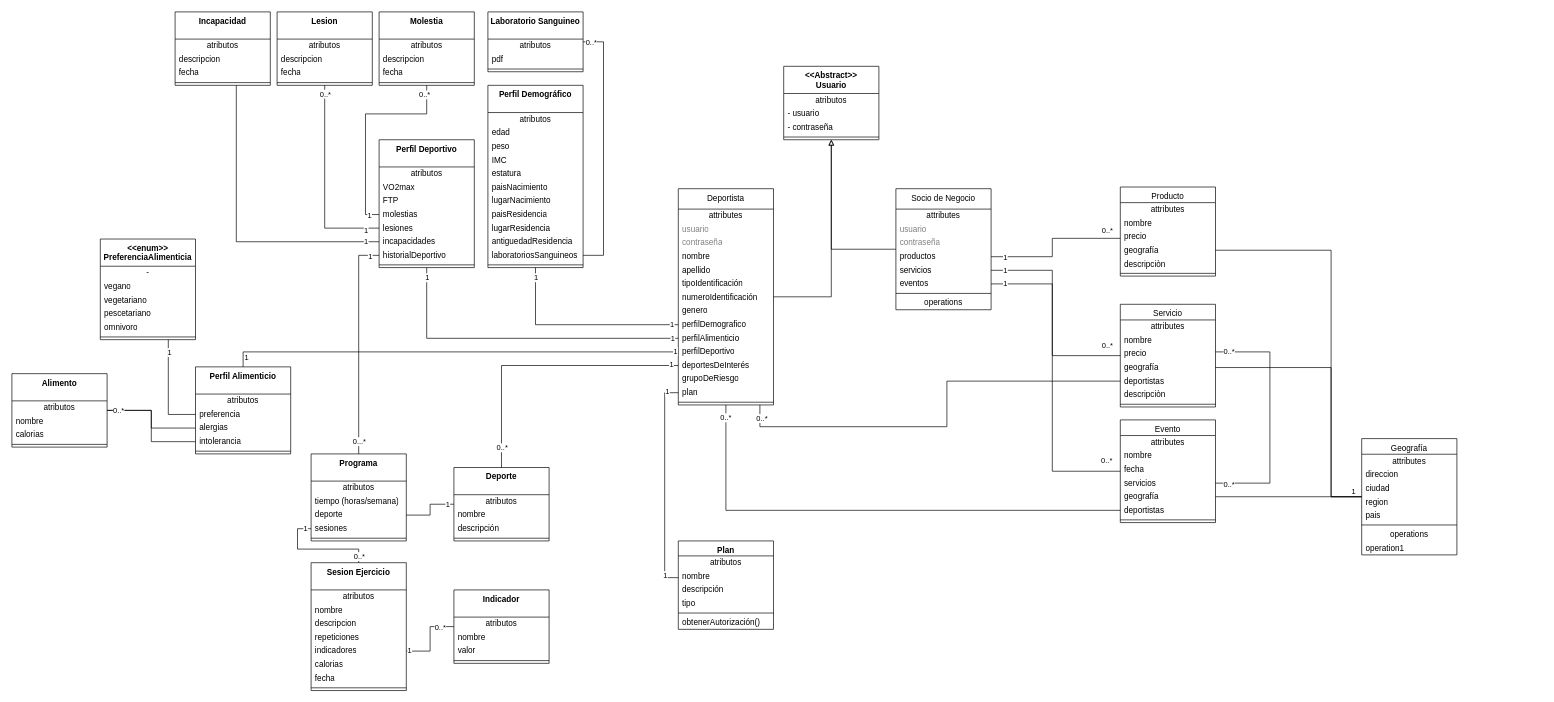
Above: diagramas/SportAppDominio.drawio in AfLosada/ArquitecturasAgiles-G13 (draw.io), before the change. Source tidied: cells renumbered, new cells numbered last; positions are measured from the earlier drawing's top-left corner, leaving out a move shared by most shapes. Both pictures are drawn from the tidied source at 68%, with x=0, y=0 at pixel (12, 12).
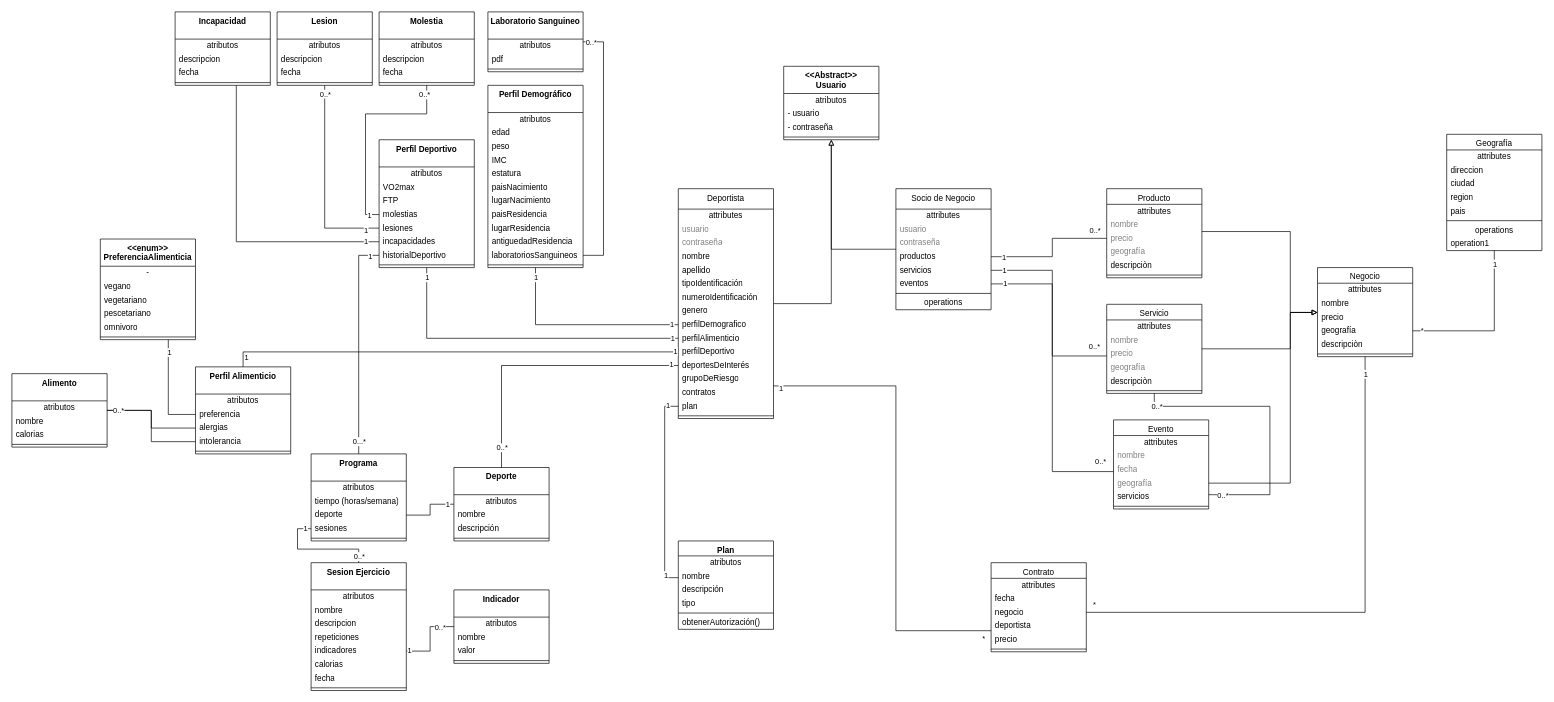
The same diagram, later.

The change refers to these unchanged cells:
```xml
<mxCell id="188" value="&lt;b&gt;Plan&lt;/b&gt;" style="swimlane;fontStyle=0;align=center;verticalAlign=top;horizontal=1;startSize=22;html=1;whiteSpace=wrap;" parent="1" vertex="1">
  <mxGeometry x="980" y="778" width="140" height="130" as="geometry" />
</mxCell>
```

Diff of the diagram source:
```diff
@@
     <mxCell id="8" value="Deportista" style="swimlane;fontStyle=0;align=center;verticalAlign=top;horizontal=1;startSize=30;html=1;whiteSpace=wrap;" parent="1" vertex="1">
-      <mxGeometry x="980" y="260" width="140" height="318" as="geometry" />
+      <mxGeometry x="980" y="260" width="140" height="338" as="geometry" />
     </mxCell>
@@
+    <mxCell id="218" value="contratos" style="text;html=1;strokeColor=none;fillColor=none;align=left;verticalAlign=middle;spacingLeft=4;spacingRight=4;overflow=hidden;points=[[0,0.5],[1,0.5]];portConstraint=eastwest;whiteSpace=wrap;" parent="8" vertex="1">
+      <mxGeometry y="290" width="140" height="20" as="geometry" />
+    </mxCell>
     <mxCell id="22" value="plan" style="text;html=1;strokeColor=none;fillColor=none;align=left;verticalAlign=middle;spacingLeft=4;spacingRight=4;overflow=hidden;points=[[0,0.5],[1,0.5]];portConstraint=eastwest;whiteSpace=wrap;" parent="8" vertex="1">
-      <mxGeometry y="290" width="140" height="20" as="geometry" />
+      <mxGeometry y="310" width="140" height="20" as="geometry" />
     </mxCell>
     <mxCell id="23" style="line;strokeWidth=1;fillColor=none;align=left;verticalAlign=middle;spacingTop=-1;spacingLeft=3;spacingRight=3;labelPosition=right;" parent="8" vertex="1">
-      <mxGeometry y="310" width="140" height="8" as="geometry" />
+      <mxGeometry y="330" width="140" height="8" as="geometry" />
     </mxCell>
@@
+    <mxCell id="219" style="edgeStyle=orthogonalEdgeStyle;rounded=0;jettySize=auto;html=1;endArrow=block;endFill=0;" parent="1" edge="1" source="37" target="231">
+      <mxGeometry relative="1" as="geometry">
+        <Array as="points">
+          <mxPoint x="1880" y="323" />
+          <mxPoint x="1880" y="442" />
+        </Array>
+      </mxGeometry>
+    </mxCell>
     <mxCell id="37" value="Producto" style="swimlane;fontStyle=0;align=center;verticalAlign=top;horizontal=1;startSize=23;html=1;whiteSpace=wrap;" parent="1" vertex="1">
-      <mxGeometry x="1630" y="257.5" width="140" height="131" as="geometry" />
+      <mxGeometry x="1610" y="260" width="140" height="131" as="geometry" />
     </mxCell>
@@
-    <mxCell id="39" value="nombre" style="text;html=1;strokeColor=none;fillColor=none;align=left;verticalAlign=middle;spacingLeft=4;spacingRight=4;overflow=hidden;whiteSpace=wrap;" parent="37" vertex="1">
+    <mxCell id="39" value="nombre" style="text;html=1;strokeColor=none;fillColor=none;align=left;verticalAlign=middle;spacingLeft=4;spacingRight=4;overflow=hidden;whiteSpace=wrap;fontColor=#808080;" parent="37" vertex="1">
       <mxGeometry y="43" width="140" height="20" as="geometry" />
     </mxCell>
-    <mxCell id="40" value="precio" style="text;html=1;strokeColor=none;fillColor=none;align=left;verticalAlign=middle;spacingLeft=4;spacingRight=4;overflow=hidden;whiteSpace=wrap;" parent="37" vertex="1">
+    <mxCell id="40" value="precio" style="text;html=1;strokeColor=none;fillColor=none;align=left;verticalAlign=middle;spacingLeft=4;spacingRight=4;overflow=hidden;whiteSpace=wrap;fontColor=#808080;" parent="37" vertex="1">
       <mxGeometry y="63" width="140" height="20" as="geometry" />
     </mxCell>
-    <mxCell id="41" value="geografía" style="text;html=1;strokeColor=none;fillColor=none;align=left;verticalAlign=middle;spacingLeft=4;spacingRight=4;overflow=hidden;points=[[0,0.5],[1,0.5]];portConstraint=eastwest;whiteSpace=wrap;" parent="37" vertex="1">
-      <mxGeometry y="83" width="140" height="20" as="geometry" />
-    </mxCell>
+    <mxCell id="220" value="geografía" style="text;html=1;strokeColor=none;fillColor=none;align=left;verticalAlign=middle;spacingLeft=4;spacingRight=4;overflow=hidden;whiteSpace=wrap;fontColor=#808080;" parent="37" vertex="1">
+      <mxGeometry y="83" width="140" height="20" as="geometry" />
+    </mxCell>
@@
+    <mxCell id="221" style="edgeStyle=orthogonalEdgeStyle;rounded=0;jettySize=auto;html=1;endArrow=block;endFill=0;" parent="1" edge="1" source="47" target="231">
+      <mxGeometry relative="1" as="geometry">
+        <Array as="points">
+          <mxPoint x="1880" y="496" />
+          <mxPoint x="1880" y="442" />
+        </Array>
+      </mxGeometry>
+    </mxCell>
     <mxCell id="47" value="Servicio" style="swimlane;fontStyle=0;align=center;verticalAlign=top;horizontal=1;startSize=23;html=1;whiteSpace=wrap;" parent="1" vertex="1">
-      <mxGeometry x="1630" y="430" width="140" height="151" as="geometry" />
+      <mxGeometry x="1610" y="430" width="140" height="131" as="geometry" />
     </mxCell>
@@
-    <mxCell id="49" value="nombre" style="text;html=1;strokeColor=none;fillColor=none;align=left;verticalAlign=middle;spacingLeft=4;spacingRight=4;overflow=hidden;whiteSpace=wrap;" parent="47" vertex="1">
+    <mxCell id="49" value="nombre" style="text;html=1;strokeColor=none;fillColor=none;align=left;verticalAlign=middle;spacingLeft=4;spacingRight=4;overflow=hidden;whiteSpace=wrap;fontColor=#808080;" parent="47" vertex="1">
       <mxGeometry y="43" width="140" height="20" as="geometry" />
     </mxCell>
-    <mxCell id="50" value="precio" style="text;html=1;strokeColor=none;fillColor=none;align=left;verticalAlign=middle;spacingLeft=4;spacingRight=4;overflow=hidden;whiteSpace=wrap;" parent="47" vertex="1">
+    <mxCell id="50" value="precio" style="text;html=1;strokeColor=none;fillColor=none;align=left;verticalAlign=middle;spacingLeft=4;spacingRight=4;overflow=hidden;whiteSpace=wrap;fontColor=#808080;" parent="47" vertex="1">
       <mxGeometry y="63" width="140" height="20" as="geometry" />
     </mxCell>
-    <mxCell id="51" value="geografía" style="text;html=1;strokeColor=none;fillColor=none;align=left;verticalAlign=middle;spacingLeft=4;spacingRight=4;overflow=hidden;points=[[0,0.5],[1,0.5]];portConstraint=eastwest;whiteSpace=wrap;" parent="47" vertex="1">
-      <mxGeometry y="83" width="140" height="20" as="geometry" />
-    </mxCell>
-    <mxCell id="52" value="deportistas" style="text;html=1;strokeColor=none;fillColor=none;align=left;verticalAlign=middle;spacingLeft=4;spacingRight=4;overflow=hidden;points=[[0,0.5],[1,0.5]];portConstraint=eastwest;whiteSpace=wrap;" parent="47" vertex="1">
-      <mxGeometry y="103" width="140" height="20" as="geometry" />
-    </mxCell>
+    <mxCell id="222" value="geografía" style="text;html=1;strokeColor=none;fillColor=none;align=left;verticalAlign=middle;spacingLeft=4;spacingRight=4;overflow=hidden;whiteSpace=wrap;fontColor=#808080;" parent="47" vertex="1">
+      <mxGeometry y="83" width="140" height="20" as="geometry" />
+    </mxCell>
     <mxCell id="53" value="descripciòn" style="text;html=1;strokeColor=none;fillColor=none;align=left;verticalAlign=middle;spacingLeft=4;spacingRight=4;overflow=hidden;whiteSpace=wrap;" parent="47" vertex="1">
-      <mxGeometry y="123" width="140" height="20" as="geometry" />
+      <mxGeometry y="103" width="140" height="20" as="geometry" />
     </mxCell>
     <mxCell id="54" style="line;strokeWidth=1;fillColor=none;align=left;verticalAlign=middle;spacingTop=-1;spacingLeft=3;spacingRight=3;labelPosition=right;" parent="47" vertex="1">
-      <mxGeometry y="143" width="140" height="8" as="geometry" />
+      <mxGeometry y="123" width="140" height="8" as="geometry" />
     </mxCell>
@@
+    <mxCell id="223" style="edgeStyle=orthogonalEdgeStyle;rounded=0;jettySize=auto;html=1;endArrow=block;endFill=0;" parent="1" edge="1" source="63" target="231">
+      <mxGeometry relative="1" as="geometry">
+        <Array as="points">
+          <mxPoint x="1880" y="693" />
+          <mxPoint x="1880" y="442" />
+        </Array>
+      </mxGeometry>
+    </mxCell>
     <mxCell id="58" value="Evento" style="swimlane;fontStyle=0;align=center;verticalAlign=top;horizontal=1;startSize=23;html=1;whiteSpace=wrap;" parent="1" vertex="1">
-      <mxGeometry x="1630" y="600" width="140" height="151" as="geometry" />
+      <mxGeometry x="1620" y="600" width="140" height="131" as="geometry" />
     </mxCell>
@@
-    <mxCell id="60" value="nombre" style="text;html=1;strokeColor=none;fillColor=none;align=left;verticalAlign=middle;spacingLeft=4;spacingRight=4;overflow=hidden;whiteSpace=wrap;" parent="58" vertex="1">
+    <mxCell id="60" value="nombre" style="text;html=1;strokeColor=none;fillColor=none;align=left;verticalAlign=middle;spacingLeft=4;spacingRight=4;overflow=hidden;whiteSpace=wrap;fontColor=#808080;" parent="58" vertex="1">
       <mxGeometry y="43" width="140" height="20" as="geometry" />
     </mxCell>
-    <mxCell id="61" value="fecha" style="text;html=1;strokeColor=none;fillColor=none;align=left;verticalAlign=middle;spacingLeft=4;spacingRight=4;overflow=hidden;whiteSpace=wrap;" parent="58" vertex="1">
+    <mxCell id="61" value="fecha" style="text;html=1;strokeColor=none;fillColor=none;align=left;verticalAlign=middle;spacingLeft=4;spacingRight=4;overflow=hidden;whiteSpace=wrap;fontColor=#808080;" parent="58" vertex="1">
       <mxGeometry y="63" width="140" height="20" as="geometry" />
     </mxCell>
+    <mxCell id="63" value="geografía" style="text;html=1;strokeColor=none;fillColor=none;align=left;verticalAlign=middle;spacingLeft=4;spacingRight=4;overflow=hidden;points=[[0,0.5],[1,0.5]];portConstraint=eastwest;whiteSpace=wrap;fontColor=#808080;" parent="58" vertex="1">
+      <mxGeometry y="83" width="140" height="20" as="geometry" />
+    </mxCell>
     <mxCell id="62" value="servicios" style="text;html=1;strokeColor=none;fillColor=none;align=left;verticalAlign=middle;spacingLeft=4;spacingRight=4;overflow=hidden;points=[[0,0.5],[1,0.5]];portConstraint=eastwest;whiteSpace=wrap;" parent="58" vertex="1">
-      <mxGeometry y="83" width="140" height="20" as="geometry" />
+      <mxGeometry y="103" width="140" height="20" as="geometry" />
     </mxCell>
-    <mxCell id="63" value="geografía" style="text;html=1;strokeColor=none;fillColor=none;align=left;verticalAlign=middle;spacingLeft=4;spacingRight=4;overflow=hidden;points=[[0,0.5],[1,0.5]];portConstraint=eastwest;whiteSpace=wrap;" parent="58" vertex="1">
-      <mxGeometry y="103" width="140" height="20" as="geometry" />
-    </mxCell>
-    <mxCell id="64" value="deportistas" style="text;html=1;strokeColor=none;fillColor=none;align=left;verticalAlign=middle;spacingLeft=4;spacingRight=4;overflow=hidden;points=[[0,0.5],[1,0.5]];portConstraint=eastwest;whiteSpace=wrap;" parent="58" vertex="1">
-      <mxGeometry y="123" width="140" height="20" as="geometry" />
-    </mxCell>
     <mxCell id="65" style="line;strokeWidth=1;fillColor=none;align=left;verticalAlign=middle;spacingTop=-1;spacingLeft=3;spacingRight=3;labelPosition=right;" parent="58" vertex="1">
-      <mxGeometry y="143" width="140" height="8" as="geometry" />
+      <mxGeometry y="123" width="140" height="8" as="geometry" />
     </mxCell>
     <mxCell id="66" style="edgeStyle=orthogonalEdgeStyle;rounded=0;jettySize=auto;html=1;endArrow=none;endFill=0;" parent="1" edge="1" source="62" target="47">
       <mxGeometry relative="1" as="geometry">
         <Array as="points">
-          <mxPoint x="1850" y="693" />
-          <mxPoint x="1850" y="500" />
+          <mxPoint x="1850" y="710" />
+          <mxPoint x="1850" y="580" />
+          <mxPoint x="1680" y="580" />
         </Array>
       </mxGeometry>
     </mxCell>
@@
-    <mxCell id="69" style="edgeStyle=orthogonalEdgeStyle;rounded=0;jettySize=auto;html=1;endArrow=none;endFill=0;" parent="1" edge="1" source="64" target="8">
-      <mxGeometry relative="1" as="geometry" />
-    </mxCell>
-    <mxCell id="70" value="0..*" style="edgeLabel;html=1;align=center;verticalAlign=middle;" parent="69" vertex="1">
-      <mxGeometry x="0.95" y="1" relative="1" as="geometry" />
-    </mxCell>
@@
     <mxCell id="127" value="Geografía" style="swimlane;fontStyle=0;align=center;verticalAlign=top;horizontal=1;startSize=23;html=1;whiteSpace=wrap;" parent="1" vertex="1">
-      <mxGeometry x="1985" y="627.5" width="140" height="171" as="geometry" />
+      <mxGeometry x="2110" y="180" width="140" height="171" as="geometry" />
     </mxCell>
@@
-    <mxCell id="136" style="edgeStyle=orthogonalEdgeStyle;rounded=0;jettySize=auto;html=1;endArrow=none;endFill=0;" parent="1" edge="1" source="63" target="127">
-      <mxGeometry relative="1" as="geometry" />
-    </mxCell>
-    <mxCell id="137" value="1" style="edgeLabel;html=1;align=center;verticalAlign=middle;" parent="136" vertex="1">
-      <mxGeometry x="0.83" relative="1" as="geometry">
-        <mxPoint x="5" y="-9" as="offset" />
-      </mxGeometry>
-    </mxCell>
-    <mxCell id="138" style="edgeStyle=orthogonalEdgeStyle;rounded=0;jettySize=auto;html=1;endArrow=none;endFill=0;" parent="1" edge="1" source="51" target="127">
-      <mxGeometry relative="1" as="geometry">
-        <Array as="points">
-          <mxPoint x="1940" y="523" />
-          <mxPoint x="1940" y="713" />
-        </Array>
-      </mxGeometry>
-    </mxCell>
-    <mxCell id="139" style="edgeStyle=orthogonalEdgeStyle;rounded=0;jettySize=auto;html=1;endArrow=none;endFill=0;" parent="1" edge="1" source="41" target="127">
-      <mxGeometry relative="1" as="geometry">
-        <Array as="points">
-          <mxPoint x="1940" y="351" />
-          <mxPoint x="1940" y="713" />
-        </Array>
-      </mxGeometry>
-    </mxCell>
-    <mxCell id="140" style="edgeStyle=orthogonalEdgeStyle;rounded=0;jettySize=auto;html=1;endArrow=none;endFill=0;" parent="1" edge="1" source="52" target="8">
-      <mxGeometry relative="1" as="geometry">
-        <Array as="points">
-          <mxPoint x="1375" y="543" />
-          <mxPoint x="1375" y="610" />
-          <mxPoint x="1100" y="610" />
-        </Array>
-      </mxGeometry>
-    </mxCell>
-    <mxCell id="141" value="0..*" style="edgeLabel;html=1;align=center;verticalAlign=middle;" parent="140" vertex="1">
-      <mxGeometry x="0.94" y="-2" relative="1" as="geometry" />
-    </mxCell>
@@
     <mxCell id="195" style="edgeStyle=orthogonalEdgeStyle;rounded=0;jettySize=auto;html=1;endArrow=none;endFill=0;" parent="1" edge="1" source="22" target="188">
       <mxGeometry relative="1" as="geometry">
         <Array as="points">
-          <mxPoint x="960" y="560" />
+          <mxPoint x="960" y="580" />
           <mxPoint x="960" y="832" />
         </Array>
       </mxGeometry>
     </mxCell>
@@
+    <mxCell id="224" value="Contrato" style="swimlane;fontStyle=0;align=center;verticalAlign=top;horizontal=1;startSize=23;html=1;whiteSpace=wrap;" parent="1" vertex="1">
+      <mxGeometry x="1440" y="810" width="140" height="131" as="geometry" />
+    </mxCell>
+    <mxCell id="225" value="attributes" style="text;html=1;strokeColor=none;fillColor=none;align=center;verticalAlign=middle;spacingLeft=4;spacingRight=4;overflow=hidden;whiteSpace=wrap;" parent="224" vertex="1">
+      <mxGeometry y="23" width="140" height="20" as="geometry" />
+    </mxCell>
+    <mxCell id="226" value="fecha" style="text;html=1;strokeColor=none;fillColor=none;align=left;verticalAlign=middle;spacingLeft=4;spacingRight=4;overflow=hidden;whiteSpace=wrap;" parent="224" vertex="1">
+      <mxGeometry y="43" width="140" height="20" as="geometry" />
+    </mxCell>
+    <mxCell id="227" value="negocio" style="text;html=1;strokeColor=none;fillColor=none;align=left;verticalAlign=middle;spacingLeft=4;spacingRight=4;overflow=hidden;points=[[0,0.5],[1,0.5]];portConstraint=eastwest;whiteSpace=wrap;" parent="224" vertex="1">
+      <mxGeometry y="63" width="140" height="20" as="geometry" />
+    </mxCell>
+    <mxCell id="228" value="deportista" style="text;html=1;strokeColor=none;fillColor=none;align=left;verticalAlign=middle;spacingLeft=4;spacingRight=4;overflow=hidden;points=[[0,0.5],[1,0.5]];portConstraint=eastwest;whiteSpace=wrap;" parent="224" vertex="1">
+      <mxGeometry y="83" width="140" height="20" as="geometry" />
+    </mxCell>
+    <mxCell id="229" value="precio" style="text;html=1;strokeColor=none;fillColor=none;align=left;verticalAlign=middle;spacingLeft=4;spacingRight=4;overflow=hidden;whiteSpace=wrap;" parent="224" vertex="1">
+      <mxGeometry y="103" width="140" height="20" as="geometry" />
+    </mxCell>
+    <mxCell id="230" style="line;strokeWidth=1;fillColor=none;align=left;verticalAlign=middle;spacingTop=-1;spacingLeft=3;spacingRight=3;labelPosition=right;" parent="224" vertex="1">
+      <mxGeometry y="123" width="140" height="8" as="geometry" />
+    </mxCell>
+    <mxCell id="231" value="Negocio" style="swimlane;fontStyle=0;align=center;verticalAlign=top;horizontal=1;startSize=23;html=1;whiteSpace=wrap;" parent="1" vertex="1">
+      <mxGeometry x="1920" y="376" width="140" height="131" as="geometry" />
+    </mxCell>
+    <mxCell id="232" value="attributes" style="text;html=1;strokeColor=none;fillColor=none;align=center;verticalAlign=middle;spacingLeft=4;spacingRight=4;overflow=hidden;whiteSpace=wrap;" parent="231" vertex="1">
+      <mxGeometry y="23" width="140" height="20" as="geometry" />
+    </mxCell>
+    <mxCell id="233" value="nombre" style="text;html=1;strokeColor=none;fillColor=none;align=left;verticalAlign=middle;spacingLeft=4;spacingRight=4;overflow=hidden;whiteSpace=wrap;" parent="231" vertex="1">
+      <mxGeometry y="43" width="140" height="20" as="geometry" />
+    </mxCell>
+    <mxCell id="234" value="precio" style="text;html=1;strokeColor=none;fillColor=none;align=left;verticalAlign=middle;spacingLeft=4;spacingRight=4;overflow=hidden;whiteSpace=wrap;" parent="231" vertex="1">
+      <mxGeometry y="63" width="140" height="20" as="geometry" />
+    </mxCell>
+    <mxCell id="235" value="geografía" style="text;html=1;strokeColor=none;fillColor=none;align=left;verticalAlign=middle;spacingLeft=4;spacingRight=4;overflow=hidden;points=[[0,0.5],[1,0.5]];portConstraint=eastwest;whiteSpace=wrap;" parent="231" vertex="1">
+      <mxGeometry y="83" width="140" height="20" as="geometry" />
+    </mxCell>
+    <mxCell id="236" value="descripciòn" style="text;html=1;strokeColor=none;fillColor=none;align=left;verticalAlign=middle;spacingLeft=4;spacingRight=4;overflow=hidden;whiteSpace=wrap;" parent="231" vertex="1">
+      <mxGeometry y="103" width="140" height="20" as="geometry" />
+    </mxCell>
+    <mxCell id="237" style="line;strokeWidth=1;fillColor=none;align=left;verticalAlign=middle;spacingTop=-1;spacingLeft=3;spacingRight=3;labelPosition=right;" parent="231" vertex="1">
+      <mxGeometry y="123" width="140" height="8" as="geometry" />
+    </mxCell>
+    <mxCell id="238" style="edgeStyle=orthogonalEdgeStyle;rounded=0;jettySize=auto;html=1;endArrow=none;endFill=0;" parent="1" edge="1" source="235" target="127">
+      <mxGeometry relative="1" as="geometry" />
+    </mxCell>
+    <mxCell id="239" value="1" style="edgeLabel;html=1;align=center;verticalAlign=middle;" parent="238" vertex="1">
+      <mxGeometry x="0.84" relative="1" as="geometry" />
+    </mxCell>
+    <mxCell id="240" value="*" style="edgeLabel;html=1;align=center;verticalAlign=middle;" parent="238" vertex="1">
+      <mxGeometry x="-0.89" y="1" relative="1" as="geometry" />
+    </mxCell>
+    <mxCell id="241" style="edgeStyle=orthogonalEdgeStyle;rounded=0;jettySize=auto;html=1;endArrow=none;endFill=0;" parent="1" edge="1" source="227" target="231">
+      <mxGeometry relative="1" as="geometry" />
+    </mxCell>
+    <mxCell id="242" value="1" style="edgeLabel;html=1;align=center;verticalAlign=middle;" parent="241" vertex="1">
+      <mxGeometry x="0.95" y="-2" relative="1" as="geometry">
+        <mxPoint x="-2" y="5" as="offset" />
+      </mxGeometry>
+    </mxCell>
+    <mxCell id="243" value="*" style="edgeLabel;html=1;align=center;verticalAlign=middle;" parent="241" vertex="1">
+      <mxGeometry x="-0.94" y="1" relative="1" as="geometry">
+        <mxPoint x="-13" y="-12" as="offset" />
+      </mxGeometry>
+    </mxCell>
+    <mxCell id="244" style="edgeStyle=orthogonalEdgeStyle;rounded=0;jettySize=auto;html=1;endArrow=none;endFill=0;" parent="1" edge="1" source="228" target="218">
+      <mxGeometry relative="1" as="geometry">
+        <Array as="points">
+          <mxPoint x="1300" y="910" />
+          <mxPoint x="1300" y="550" />
+        </Array>
+      </mxGeometry>
+    </mxCell>
+    <mxCell id="245" value="1" style="edgeLabel;html=1;align=center;verticalAlign=middle;" parent="244" vertex="1">
+      <mxGeometry x="0.97" y="3" relative="1" as="geometry" />
+    </mxCell>
+    <mxCell id="246" value="*" style="edgeLabel;html=1;align=center;verticalAlign=middle;" parent="244" vertex="1">
+      <mxGeometry x="-0.93" y="-1" relative="1" as="geometry">
+        <mxPoint x="12" y="11" as="offset" />
+      </mxGeometry>
+    </mxCell>
```
